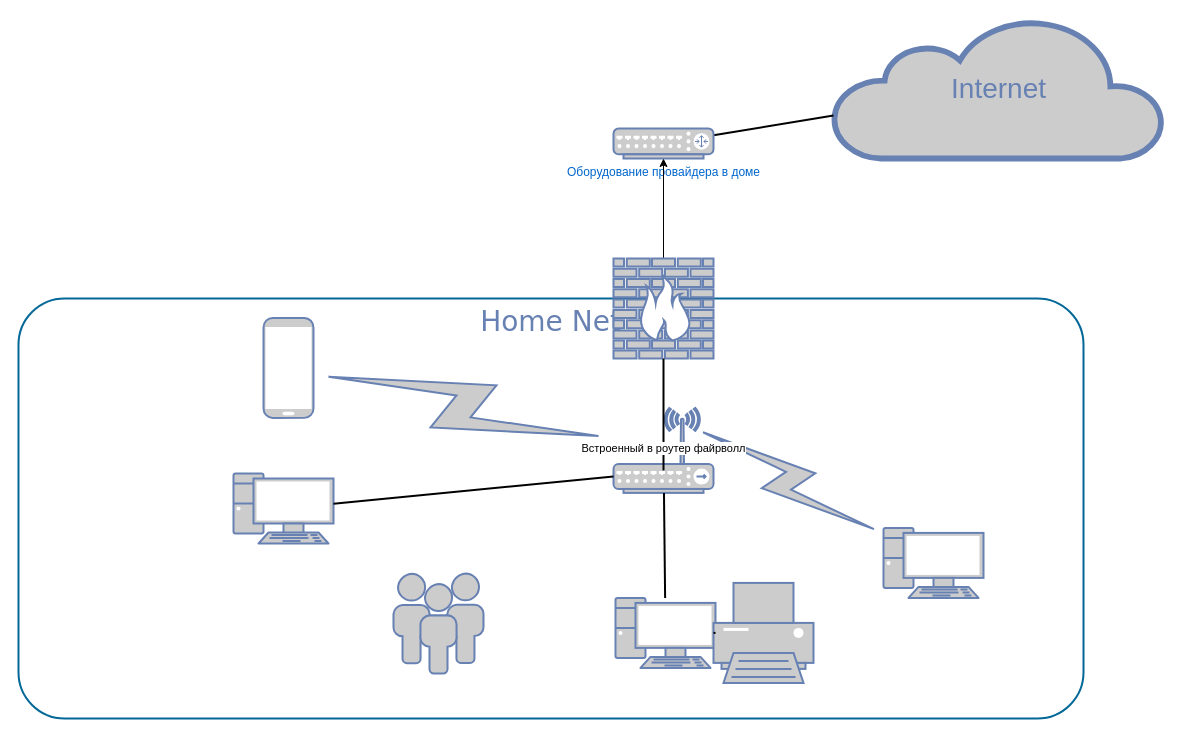
Earlier version of the draw.io diagram Untitled Diagram.drawio (Ingvar78/for_test). Source tidied: cells renumbered, new cells numbered last; positions are measured from the earlier drawing's top-left corner, leaving out a move shared by most shapes. Both pictures are drawn from the tidied source at 100%, with x=0, y=0 at pixel (18, 18).
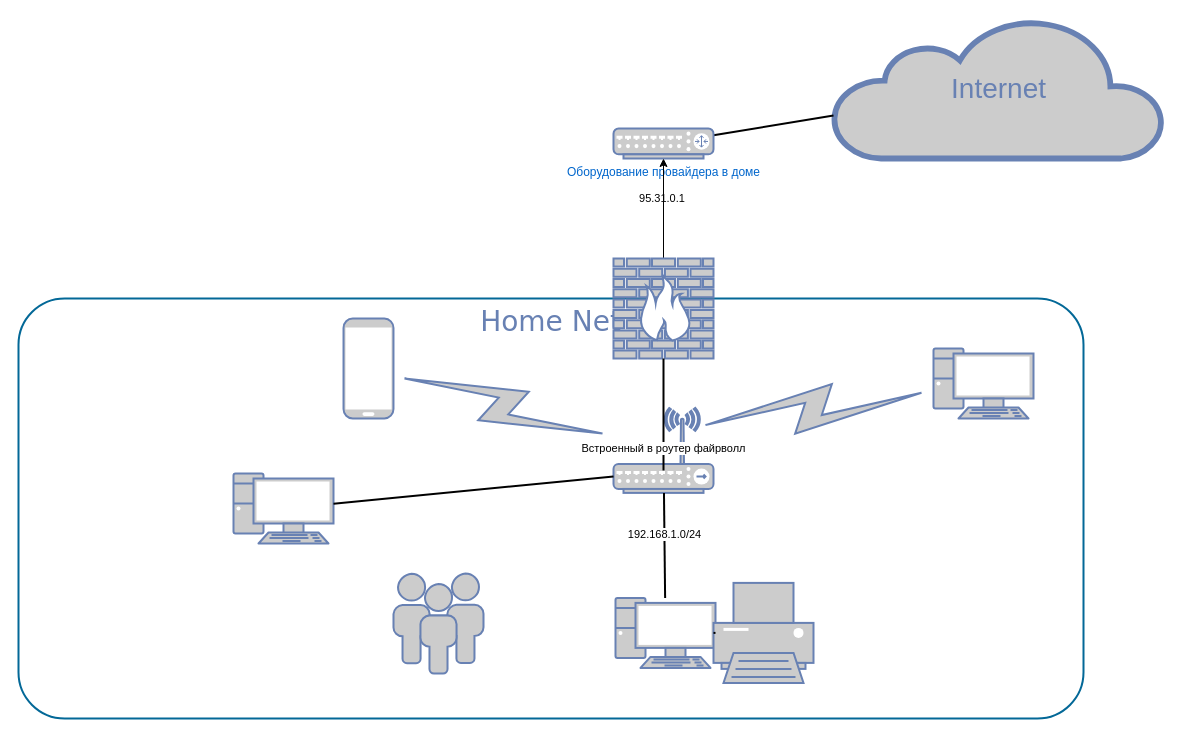
After the change.

The change refers to these unchanged cells:
```xml
<mxCell id="9" style="edgeStyle=none;html=1;labelBackgroundColor=none;endArrow=none;endFill=0;strokeWidth=2;fontFamily=Verdana;fontSize=15;fontColor=#036897;" parent="1" edge="1" source="5" target="7">
  <mxGeometry relative="1" as="geometry" />
</mxCell>
<mxCell id="14" style="edgeStyle=none;html=1;labelBackgroundColor=none;endArrow=none;endFill=0;strokeWidth=2;fontFamily=Verdana;fontSize=28;fontColor=#6881B3;" parent="1" edge="1" source="15" target="13">
  <mxGeometry relative="1" as="geometry" />
</mxCell>
```

The edit, as a diff of the source:
```diff
@@
     <mxCell id="4" style="fontColor=#0066CC;verticalAlign=top;verticalLabelPosition=bottom;labelPosition=center;align=center;html=1;fillColor=#CCCCCC;strokeColor=#6881B3;gradientColor=none;gradientDirection=north;strokeWidth=2;shape=mxgraph.networks.pc;rounded=0;shadow=0;comic=0;" parent="1" vertex="1">
-      <mxGeometry x="865" y="509.4" width="100" height="70" as="geometry" />
+      <mxGeometry x="915" y="330" width="100" height="70" as="geometry" />
     </mxCell>
@@
+    <mxCell id="22" value="192.168.1.0/24" style="edgeLabel;html=1;align=center;verticalAlign=middle;" parent="9" vertex="1">
+      <mxGeometry x="0.21" relative="1" as="geometry" />
+    </mxCell>
@@
     <mxCell id="12" style="fontColor=#0066CC;verticalAlign=top;verticalLabelPosition=bottom;labelPosition=center;align=center;html=1;fillColor=#CCCCCC;strokeColor=#6881B3;gradientColor=none;gradientDirection=north;strokeWidth=2;shape=mxgraph.networks.mobile;rounded=0;shadow=0;comic=0;" parent="1" vertex="1">
-      <mxGeometry x="245" y="299.4" width="50" height="100" as="geometry" />
+      <mxGeometry x="325" y="300" width="50" height="100" as="geometry" />
     </mxCell>
@@
+    <mxCell id="23" value="95.31.0.1&amp;nbsp;" style="edgeLabel;html=1;align=center;verticalAlign=middle;" parent="14" vertex="1">
+      <mxGeometry x="-0.78" relative="1" as="geometry">
+        <mxPoint x="-63" y="65" as="offset" />
+      </mxGeometry>
+    </mxCell>
```
